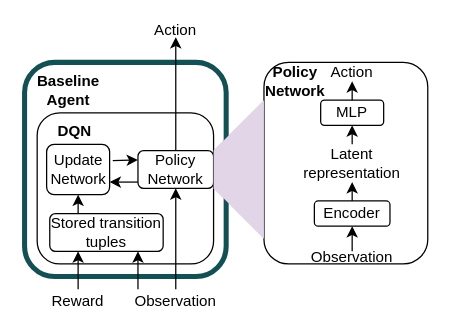
Earlier version of the draw.io diagram Thesis/imgs/rl_cycle_deepmdp_agent.drawio (Niels-vv/Safe-RL-With-DR). Source tidied: cells renumbered, new cells numbered last; positions are measured from the earlier drawing's top-left corner, leaving out a move shared by most shapes. Both pictures are drawn from the tidied source at 126%, with x=0, y=0 at pixel (24, 24).
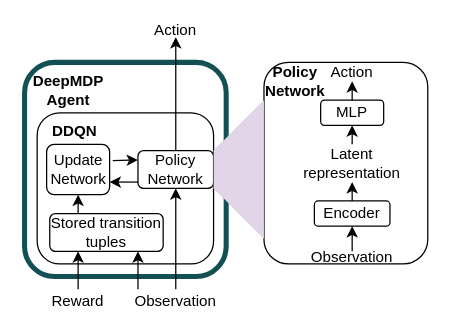
Above is the later version.

Diff of the diagram source:
```diff
@@
-    <mxCell id="3" value="&lt;br&gt;&lt;b&gt;Baseline&lt;/b&gt;&lt;br&gt;&lt;div&gt;&lt;b&gt;Agent&lt;/b&gt;&lt;/div&gt;" style="text;html=1;strokeColor=none;fillColor=none;align=center;verticalAlign=middle;whiteSpace=wrap;rounded=0;fontSize=12;" parent="1" vertex="1">
+    <mxCell id="3" value="&lt;br&gt;&lt;b&gt;DeepMDP&lt;/b&gt;&lt;br&gt;&lt;div&gt;&lt;b&gt;Agent&lt;/b&gt;&lt;/div&gt;" style="text;html=1;strokeColor=none;fillColor=none;align=center;verticalAlign=middle;whiteSpace=wrap;rounded=0;fontSize=12;" parent="1" vertex="1">
       <mxGeometry x="5" y="30" width="60" height="30" as="geometry" />
     </mxCell>
@@
-    <mxCell id="10" value="&lt;b&gt;DQN&lt;/b&gt;" style="text;html=1;strokeColor=none;fillColor=none;align=center;verticalAlign=middle;whiteSpace=wrap;rounded=0;" parent="1" vertex="1">
+    <mxCell id="10" value="&lt;b&gt;DDQN&lt;/b&gt;" style="text;html=1;strokeColor=none;fillColor=none;align=center;verticalAlign=middle;whiteSpace=wrap;rounded=0;" parent="1" vertex="1">
       <mxGeometry x="10" y="70" width="60" height="30" as="geometry" />
     </mxCell>
```
